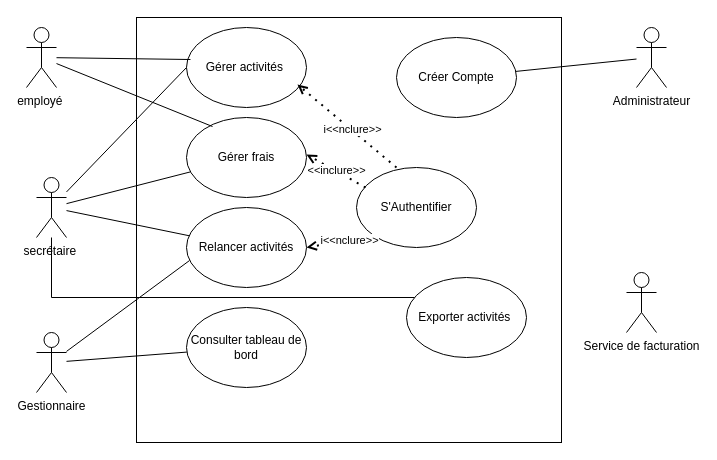
Before: Tp1 Analyse et modélisation.drawio in zeuss32/analyse-et-modelisation-lab1, a draw.io diagram. Source tidied: cells renumbered, new cells numbered last; positions are measured from the earlier drawing's top-left corner, leaving out a move shared by most shapes. Both pictures are drawn from the tidied source at 100%, with x=0, y=0 at pixel (26, 17).
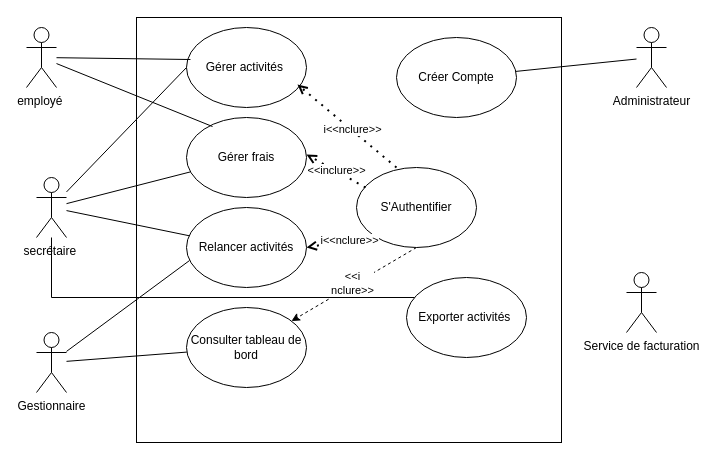
After the change.

Commit message (it also covers changes not shown here):
Mettre à jour Tp1 Analyse et modélisation.drawio

The change refers to these unchanged cells:
```xml
<mxCell id="11" value="Consulter tableau de bord" style="ellipse;whiteSpace=wrap;html=1;" parent="1" vertex="1">
  <mxGeometry x="160" y="290" width="120" height="80" as="geometry" />
</mxCell>
<mxCell id="21" value="S'Authentifier" style="ellipse;whiteSpace=wrap;html=1;" parent="1" vertex="1">
  <mxGeometry x="330" y="150" width="120" height="80" as="geometry" />
</mxCell>
```

Change to the diagram source:
```diff
@@
+    <mxCell id="30" style="rounded=0;jettySize=auto;html=1;exitX=0.5;exitY=1;exitDx=0;exitDy=0;dashed=1;" parent="1" edge="1" source="21" target="11">
+      <mxGeometry relative="1" as="geometry" />
+    </mxCell>
+    <mxCell id="31" value="&amp;lt;&amp;lt;i&lt;div&gt;nclure&amp;gt;&amp;gt;&lt;/div&gt;" style="edgeLabel;html=1;align=center;verticalAlign=middle;" parent="30" vertex="1">
+      <mxGeometry x="0.01" y="-3" relative="1" as="geometry">
+        <mxPoint y="1" as="offset" />
+      </mxGeometry>
+    </mxCell>
```
